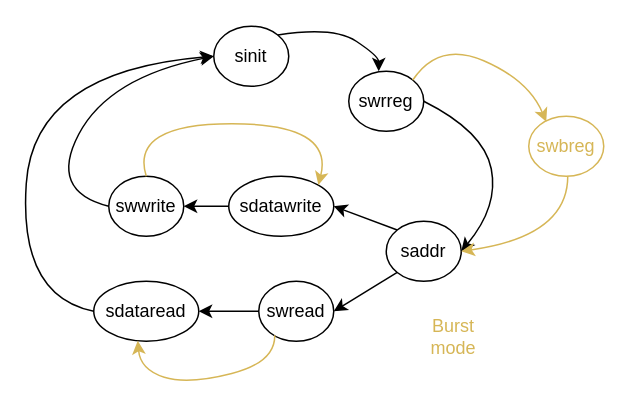
Before: doc/spi2wb_sm.drawio in Martoni/spi2wb, a draw.io diagram. Source tidied: cells renumbered, new cells numbered last; positions are measured from the earlier drawing's top-left corner, leaving out a move shared by most shapes. Both pictures are drawn from the tidied source at 150%, with x=0, y=0 at pixel (18, 26).
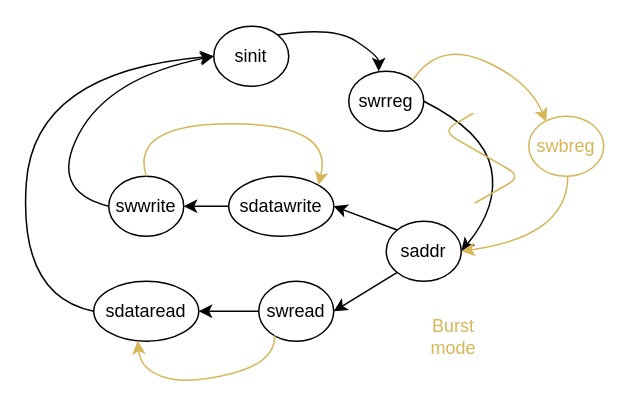
After the change.

Diff of the diagram source:
```diff
@@
+    <mxCell id="39" style="edgeStyle=isometricEdgeStyle;endArrow=none;html=1;fontColor=#FFD966;startSize=6;endSize=6;strokeColor=#D6B656;" parent="1" edge="1">
+      <mxGeometry relative="1" as="geometry">
+        <mxPoint x="304" y="118" as="sourcePoint" />
+        <mxPoint x="303.1" y="58" as="targetPoint" />
+        <Array as="points">
+          <mxPoint x="317.3" y="90" />
+        </Array>
+      </mxGeometry>
+    </mxCell>
```
